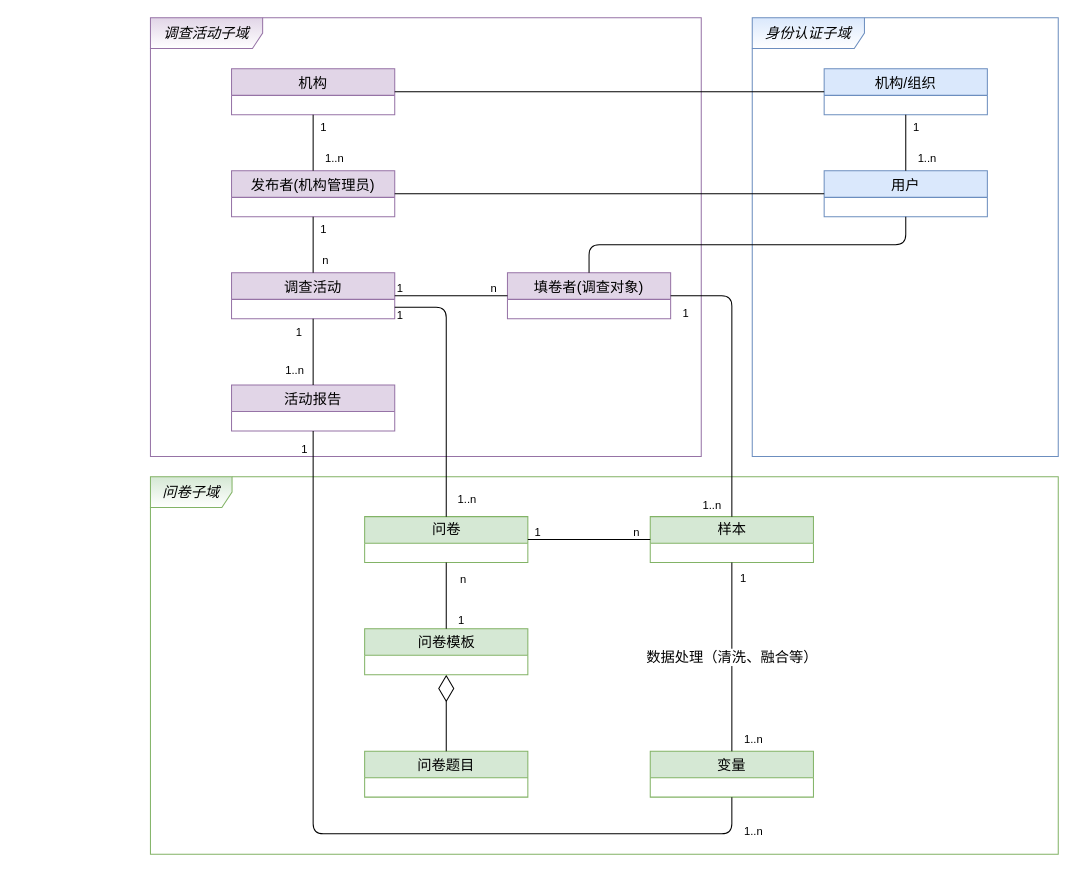
The draw.io diagram page "v0.2" (2 of 2) of 教育部问卷系统 Diagram.drawio in TinlerLin/nd.exercises, before the edit. Source tidied: cells renumbered, new cells numbered last; positions are measured from the earlier drawing's top-left corner, leaving out a move shared by most shapes. Both pictures are drawn from the tidied source at 102%, with x=0, y=0 at pixel (150, 17).
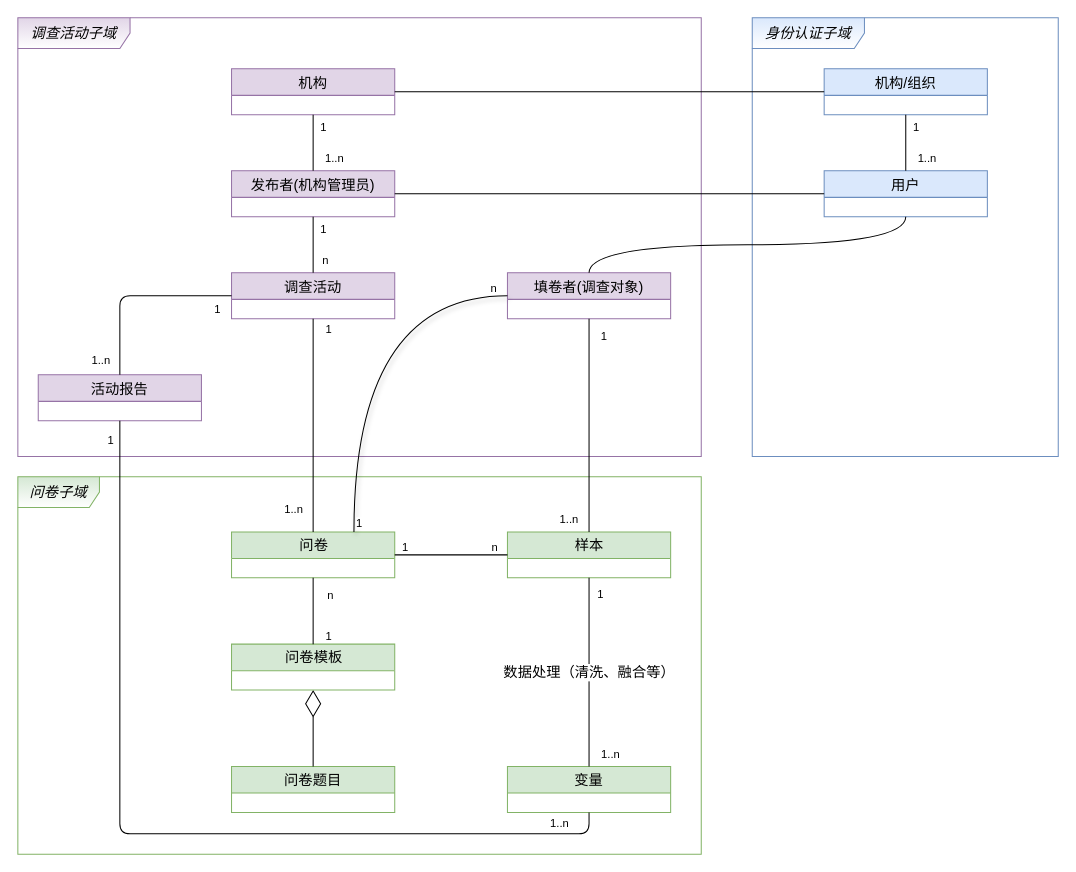
The same page after the edit.

Commit message:
Update 教育部问卷系统 Diagram.drawio

Unchanged cells that the change refers to:
```xml
<mxCell id="8" value="填卷者(调查对象)" style="swimlane;fontStyle=0;horizontal=1;startSize=26;fillColor=#e1d5e7;fontSize=14;strokeColor=#9673a6;" parent="1" vertex="1">
  <mxGeometry x="350" y="250" width="160" height="45" as="geometry" />
</mxCell>
<mxCell id="14" value="调查活动" style="swimlane;fontStyle=0;horizontal=1;startSize=26;fillColor=#e1d5e7;fontSize=14;strokeColor=#9673a6;" parent="1" vertex="1">
  <mxGeometry x="79.5" y="250" width="160" height="45" as="geometry" />
</mxCell>
<mxCell id="35" value="用户" style="swimlane;fontStyle=0;horizontal=1;startSize=26;fillColor=#dae8fc;fontSize=14;strokeColor=#6c8ebf;" parent="1" vertex="1">
  <mxGeometry x="660.5" y="150" width="160" height="45" as="geometry" />
</mxCell>
```

Diff of the diagram source:
```diff
@@
     <mxCell id="2" value="&lt;i&gt;调查活动子域&lt;/i&gt;" style="shape=umlFrame;whiteSpace=wrap;html=1;fontSize=14;width=110;height=30;fillColor=#e1d5e7;strokeColor=#9673a6;gradientColor=#ffffff;shadow=0;sketch=0;labelBackgroundColor=none;labelBorderColor=none;" parent="1" vertex="1">
-      <mxGeometry width="540" height="430" as="geometry" />
+      <mxGeometry x="-130" width="670" height="430" as="geometry" />
     </mxCell>
     <mxCell id="3" value="&lt;i&gt;问卷子域&lt;/i&gt;" style="shape=umlFrame;whiteSpace=wrap;html=1;fontSize=14;width=80;height=30;strokeColor=#82b366;fillColor=#d5e8d4;gradientColor=#ffffff;swimlaneFillColor=none;shadow=0;sketch=0;" parent="1" vertex="1">
-      <mxGeometry y="450" width="890" height="370" as="geometry" />
+      <mxGeometry x="-130" y="450" width="670" height="370" as="geometry" />
     </mxCell>
     <mxCell id="4" value="&lt;div style=&quot;line-height: 1.75 ; text-align: left&quot;&gt;&lt;font style=&quot;font-size: 14px&quot;&gt;问卷&lt;/font&gt;&lt;/div&gt;" style="swimlane;html=1;fontStyle=0;horizontal=1;startSize=26;fillColor=#d5e8d4;swimlaneFillColor=#ffffff;rounded=0;shadow=0;comic=0;labelBackgroundColor=none;strokeWidth=1;fontFamily=Verdana;fontSize=10;align=center;strokeColor=#82b366;" parent="1" vertex="1">
-      <mxGeometry x="210" y="489" width="160" height="45" as="geometry" />
+      <mxGeometry x="79.5" y="504" width="160" height="45" as="geometry" />
     </mxCell>
     <mxCell id="5" value="问卷题目" style="swimlane;fontStyle=0;horizontal=1;startSize=26;fillColor=#d5e8d4;fontSize=14;strokeColor=#82b366;" parent="1" vertex="1">
-      <mxGeometry x="210" y="719" width="160" height="45" as="geometry" />
+      <mxGeometry x="79.5" y="734" width="160" height="45" as="geometry" />
     </mxCell>
     <mxCell id="6" style="endArrow=diamondThin;endFill=0;endSize=24;html=1;entryX=0.5;entryY=1;entryDx=0;entryDy=0;" parent="1" edge="1" target="36">
       <mxGeometry relative="1" as="geometry">
-        <mxPoint x="290" y="719" as="sourcePoint" />
+        <mxPoint x="159.5" y="734" as="sourcePoint" />
       </mxGeometry>
     </mxCell>
     <mxCell id="7" value="活动报告" style="swimlane;fontStyle=0;horizontal=1;startSize=26;fillColor=#e1d5e7;fontSize=14;strokeColor=#9673a6;" parent="1" vertex="1">
-      <mxGeometry x="79.5" y="360" width="160" height="45" as="geometry" />
+      <mxGeometry x="-110" y="350" width="160" height="45" as="geometry" />
     </mxCell>
@@
     <mxCell id="9" value="&lt;div style=&quot;line-height: 1.75 ; text-align: left&quot;&gt;&lt;span style=&quot;font-size: 14px&quot;&gt;样本&lt;/span&gt;&lt;/div&gt;" style="swimlane;html=1;fontStyle=0;horizontal=1;startSize=26;fillColor=#d5e8d4;swimlaneFillColor=#ffffff;rounded=0;shadow=0;comic=0;labelBackgroundColor=none;strokeWidth=1;fontFamily=Verdana;fontSize=10;align=center;strokeColor=#82b366;" parent="1" vertex="1">
-      <mxGeometry x="490" y="489" width="160" height="45" as="geometry" />
+      <mxGeometry x="350" y="504" width="160" height="45" as="geometry" />
     </mxCell>
@@
-    <mxCell id="15" style="endArrow=none;html=1;edgeStyle=orthogonalEdgeStyle;fontSize=14;entryX=0.5;entryY=0;entryDx=0;entryDy=0;exitX=1;exitY=0.75;exitDx=0;exitDy=0;" parent="1" edge="1" source="14" target="4">
-      <mxGeometry relative="1" as="geometry">
-        <Array as="points">
-          <mxPoint x="290" y="284" />
-        </Array>
-      </mxGeometry>
+    <mxCell id="15" style="endArrow=none;html=1;fontSize=14;exitX=0.5;exitY=1;exitDx=0;exitDy=0;entryX=0.5;entryY=0;entryDx=0;entryDy=0;" parent="1" edge="1" source="14" target="4">
+      <mxGeometry relative="1" as="geometry" />
     </mxCell>
     <mxCell id="16" value="1" style="edgeLabel;html=1;align=left;verticalAlign=bottom;" parent="15" vertex="1">
       <mxGeometry x="-1" relative="1" as="geometry">
-        <mxPoint x="0.5" y="16.2" as="offset" />
+        <mxPoint x="10.5" y="17.5" as="offset" />
       </mxGeometry>
     </mxCell>
     <mxCell id="17" value="1..n" style="edgeLabel;html=1;align=right;verticalAlign=bottom;" parent="15" vertex="1">
       <mxGeometry x="1" relative="1" as="geometry">
-        <mxPoint x="30" y="-9" as="offset" />
+        <mxPoint x="-10" y="-14" as="offset" />
       </mxGeometry>
     </mxCell>
@@
     <mxCell id="21" value="变量" style="swimlane;fontStyle=0;horizontal=1;startSize=26;fillColor=#d5e8d4;fontSize=14;strokeColor=#82b366;" parent="1" vertex="1">
-      <mxGeometry x="490" y="719" width="160" height="45" as="geometry" />
+      <mxGeometry x="350" y="734" width="160" height="45" as="geometry" />
     </mxCell>
     <mxCell id="22" value="数据处理（清洗、融合等）" style="endArrow=none;endSize=12;html=1;fontSize=14;exitX=0.5;exitY=1;exitDx=0;exitDy=0;entryX=0.5;entryY=0;entryDx=0;entryDy=0;edgeStyle=orthogonalEdgeStyle;endFill=0;" parent="1" edge="1" source="9" target="21">
       <mxGeometry relative="1" as="geometry">
         <Array as="points">
-          <mxPoint x="570" y="569" />
-          <mxPoint x="570" y="569" />
+          <mxPoint x="430" y="584" />
+          <mxPoint x="430" y="584" />
         </Array>
       </mxGeometry>
     </mxCell>
@@
-    <mxCell id="25" style="endArrow=none;html=1;fontSize=14;entryX=0.5;entryY=0;entryDx=0;entryDy=0;exitX=1;exitY=0.5;exitDx=0;exitDy=0;edgeStyle=orthogonalEdgeStyle;" parent="1" edge="1" source="8" target="9">
-      <mxGeometry relative="1" as="geometry">
-        <Array as="points">
-          <mxPoint x="570" y="273" />
-        </Array>
-      </mxGeometry>
+    <mxCell id="25" style="endArrow=none;html=1;fontSize=14;entryX=0.5;entryY=0;entryDx=0;entryDy=0;exitX=0.5;exitY=1;exitDx=0;exitDy=0;edgeStyle=orthogonalEdgeStyle;curved=1;" parent="1" edge="1" source="8" target="9">
+      <mxGeometry relative="1" as="geometry" />
     </mxCell>
@@
     <mxCell id="28" style="endArrow=none;endSize=12;html=1;fontSize=14;exitX=0.5;exitY=1;exitDx=0;exitDy=0;edgeStyle=orthogonalEdgeStyle;entryX=0.5;entryY=1;entryDx=0;entryDy=0;endFill=0;" parent="1" edge="1" source="21" target="7">
       <mxGeometry relative="1" as="geometry">
         <Array as="points">
-          <mxPoint x="570" y="800" />
-          <mxPoint x="160" y="800" />
+          <mxPoint x="430" y="800" />
+          <mxPoint x="-30" y="800" />
         </Array>
       </mxGeometry>
     </mxCell>
@@
-    <mxCell id="31" style="endArrow=none;html=1;edgeStyle=orthogonalEdgeStyle;exitX=0.5;exitY=1;exitDx=0;exitDy=0;entryX=0.5;entryY=0;entryDx=0;entryDy=0;" parent="1" edge="1" source="14" target="7">
+    <mxCell id="31" style="endArrow=none;html=1;edgeStyle=orthogonalEdgeStyle;exitX=0;exitY=0.5;exitDx=0;exitDy=0;entryX=0.5;entryY=0;entryDx=0;entryDy=0;" parent="1" edge="1" source="14" target="7">
       <mxGeometry relative="1" as="geometry" />
     </mxCell>
@@
     <mxCell id="36" value="&lt;div style=&quot;line-height: 1.75 ; text-align: left&quot;&gt;&lt;font style=&quot;font-size: 14px&quot;&gt;问卷模板&lt;/font&gt;&lt;/div&gt;" style="swimlane;html=1;fontStyle=0;horizontal=1;startSize=26;fillColor=#d5e8d4;swimlaneFillColor=#ffffff;rounded=0;shadow=0;comic=0;labelBackgroundColor=none;strokeWidth=1;fontFamily=Verdana;fontSize=10;align=center;strokeColor=#82b366;" parent="1" vertex="1">
-      <mxGeometry x="210" y="599" width="160" height="45" as="geometry" />
+      <mxGeometry x="79.5" y="614" width="160" height="45" as="geometry" />
     </mxCell>
@@
-    <mxCell id="41" style="endArrow=none;html=1;edgeStyle=orthogonalEdgeStyle;exitX=0.5;exitY=0;exitDx=0;exitDy=0;entryX=0.5;entryY=1;entryDx=0;entryDy=0;endFill=0;" parent="1" edge="1" source="8" target="35">
+    <mxCell id="41" style="endArrow=none;html=1;edgeStyle=orthogonalEdgeStyle;exitX=0.5;exitY=0;exitDx=0;exitDy=0;entryX=0.5;entryY=1;entryDx=0;entryDy=0;endFill=0;curved=1;" parent="1" edge="1" source="8" target="35">
       <mxGeometry relative="1" as="geometry" />
     </mxCell>
@@
-    <mxCell id="51" style="endArrow=none;html=1;edgeStyle=orthogonalEdgeStyle;exitX=1;exitY=0.5;exitDx=0;exitDy=0;entryX=0;entryY=0.5;entryDx=0;entryDy=0;" parent="1" edge="1" source="14" target="8">
+    <mxCell id="51" style="endArrow=none;html=1;edgeStyle=orthogonalEdgeStyle;exitX=0.75;exitY=0;exitDx=0;exitDy=0;entryX=0;entryY=0.5;entryDx=0;entryDy=0;elbow=vertical;shadow=1;curved=1;" parent="1" edge="1" source="4" target="8">
       <mxGeometry relative="1" as="geometry" />
     </mxCell>
```
